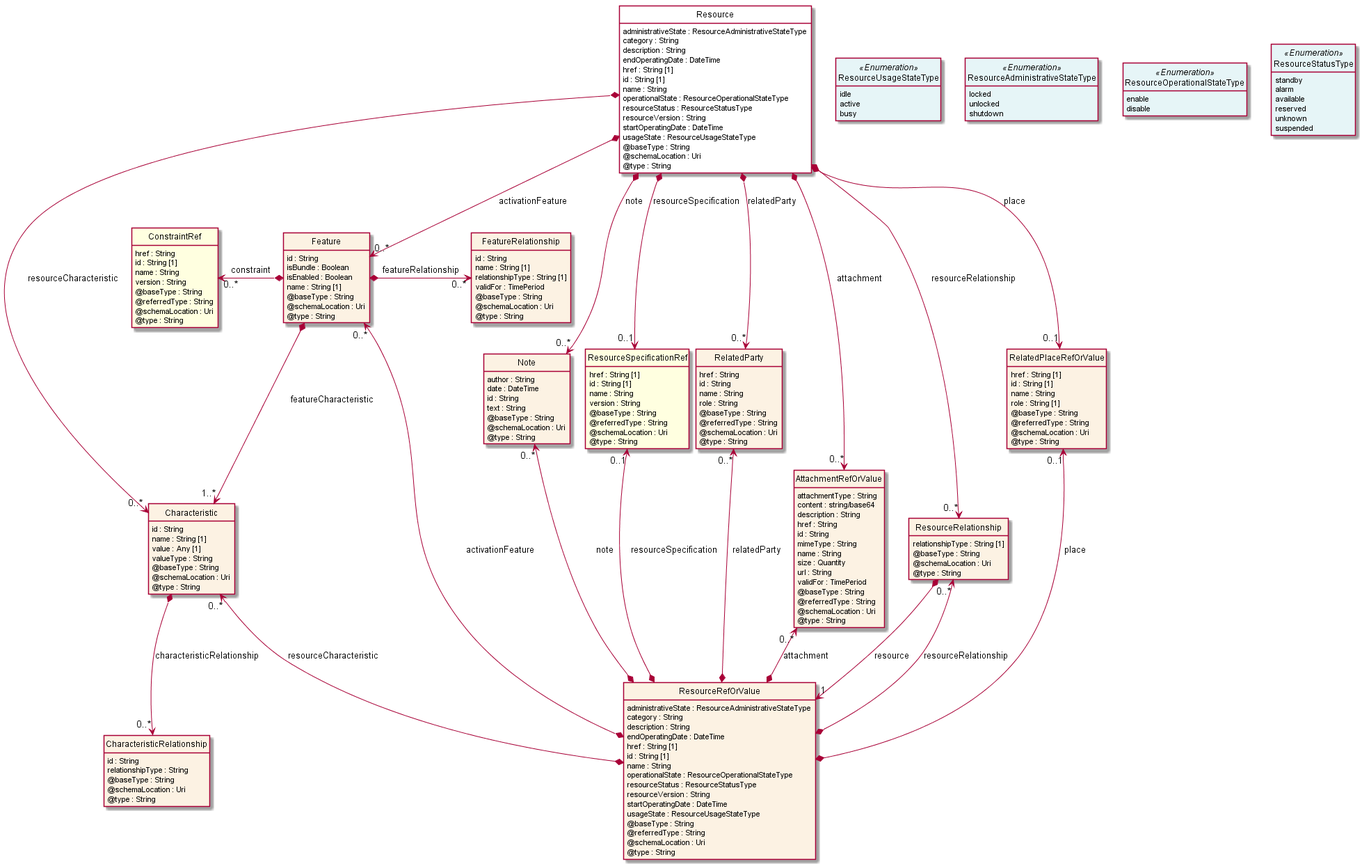
This is apis/TMF639_Resource_Inventory/documentation/diagrams/Resource_Resource.png from tmforum-apis/Open_Api_And_Data_Model, a PlantUML export, as it was before one commit. Its diagram source:
```plantuml
@startuml
hide circle
hide methods
hide stereotype
show <<Enumeration>> stereotype
skinparam class {
   BackgroundColor<<Enumeration>> #E6F5F7
   BackgroundColor<<Ref>> #FFFFE0
   BackgroundColor<<Pivot>> #FFFFFFF
   BackgroundColor #FCF2E3
}

class Resource  <<Pivot>> {
    administrativeState : ResourceAdministrativeStateType
    category : String
    description : String
    endOperatingDate : DateTime
    href : String [1]
    id : String [1]
    name : String
    operationalState : ResourceOperationalStateType
    resourceStatus : ResourceStatusType
    resourceVersion : String
    startOperatingDate : DateTime
    usageState : ResourceUsageStateType
    @baseType : String
    @schemaLocation : Uri
    @type : String
}

class ResourceStatusType <<Enumeration>> {
    standby
    alarm
    available
    reserved
    unknown
    suspended
}

class ResourceUsageStateType <<Enumeration>> {
    idle
    active
    busy
}

class ResourceAdministrativeStateType <<Enumeration>> {
    locked
    unlocked
    shutdown
}

class ResourceOperationalStateType <<Enumeration>> {
    enable
    disable
}

class Note  {
    author : String
    date : DateTime
    id : String
    text : String
    @baseType : String
    @schemaLocation : Uri
    @type : String
}

class Feature  {
    id : String
    isBundle : Boolean
    isEnabled : Boolean
    name : String [1]
    @baseType : String
    @schemaLocation : Uri
    @type : String
}

class Characteristic  {
    id : String
    name : String [1]
    value : Any [1]
    valueType : String
    @baseType : String
    @schemaLocation : Uri
    @type : String
}

class CharacteristicRelationship  {
    id : String
    relationshipType : String
    @baseType : String
    @schemaLocation : Uri
    @type : String
}

class ConstraintRef  <<Ref>> {
    href : String
    id : String [1]
    name : String
    version : String
    @baseType : String
    @referredType : String
    @schemaLocation : Uri
    @type : String
}

class FeatureRelationship  {
    id : String
    name : String [1]
    relationshipType : String [1]
    validFor : TimePeriod
    @baseType : String
    @schemaLocation : Uri
    @type : String
}

class ResourceSpecificationRef  <<Ref>> {
    href : String [1]
    id : String [1]
    name : String
    version : String
    @baseType : String
    @referredType : String
    @schemaLocation : Uri
    @type : String
}

class RelatedParty  {
    href : String
    id : String
    name : String
    role : String
    @baseType : String
    @referredType : String
    @schemaLocation : Uri
    @type : String
}

class AttachmentRefOrValue  {
    attachmentType : String
    content : string/base64
    description : String
    href : String
    id : String
    mimeType : String
    name : String
    size : Quantity
    url : String
    validFor : TimePeriod
    @baseType : String
    @referredType : String
    @schemaLocation : Uri
    @type : String
}

class ResourceRelationship  {
    relationshipType : String [1]
    @baseType : String
    @schemaLocation : Uri
    @type : String
}

class ResourceRefOrValue  {
    administrativeState : ResourceAdministrativeStateType
    category : String
    description : String
    endOperatingDate : DateTime
    href : String [1]
    id : String [1]
    name : String
    operationalState : ResourceOperationalStateType
    resourceStatus : ResourceStatusType
    resourceVersion : String
    startOperatingDate : DateTime
    usageState : ResourceUsageStateType
    @baseType : String
    @referredType : String
    @schemaLocation : Uri
    @type : String
}

class RelatedPlaceRefOrValue  {
    href : String [1]
    id : String [1]
    name : String
    role : String [1]
    @baseType : String
    @referredType : String
    @schemaLocation : Uri
    @type : String
}

Resource -right[hidden]-> ResourceUsageStateType

ResourceUsageStateType -right[hidden]-> ResourceAdministrativeStateType

ResourceAdministrativeStateType -right[hidden]-> ResourceOperationalStateType

ResourceOperationalStateType -right[hidden]-> ResourceStatusType

Resource *-->  "0..*" Note : note

Resource *-->  "0..1" RelatedPlaceRefOrValue : place

Resource *-->  "0..*" RelatedParty : relatedParty

Resource *-->  "0..1" ResourceSpecificationRef : resourceSpecification

Resource *-->  "0..*" AttachmentRefOrValue : attachment

Resource *-->  "0..*" ResourceRelationship : resourceRelationship

Resource *-->  "0..*" Characteristic : resourceCharacteristic

Resource *-->  "0..*" Feature : activationFeature

Feature *-->  "1..*" Characteristic : featureCharacteristic

ResourceRelationship *-->  "1" ResourceRefOrValue : resource

ResourceRelationship "0..*" <--* ResourceRefOrValue : resourceRelationship

Note "0..*" <--* ResourceRefOrValue : note

AttachmentRefOrValue "0..*" <--* ResourceRefOrValue : attachment

RelatedParty "0..*" <--* ResourceRefOrValue : relatedParty

RelatedPlaceRefOrValue "0..1" <--* ResourceRefOrValue : place

ResourceSpecificationRef "0..1" <--* ResourceRefOrValue : resourceSpecification

Characteristic "0..*" <--* ResourceRefOrValue : resourceCharacteristic

Feature "0..*" <--* ResourceRefOrValue : activationFeature

ConstraintRef "0..*" <-left-* Feature : constraint

Feature *-right-> "0..*" FeatureRelationship : featureRelationship

Characteristic *-->  "0..*" CharacteristicRelationship : characteristicRelationship

@enduml
```
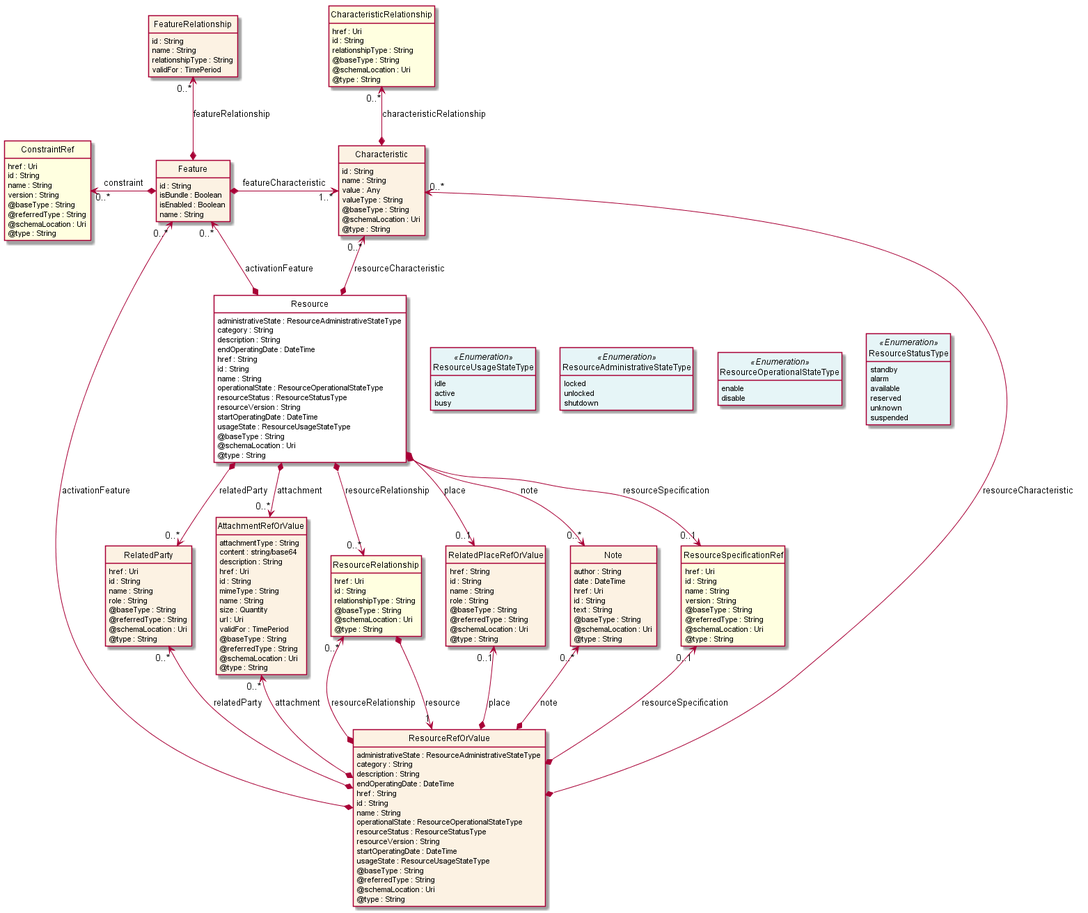
After the change.

Change to the diagram source:
```diff
@@ -15,8 +15,8 @@
     category : String
     description : String
     endOperatingDate : DateTime
-    href : String [1]
-    id : String [1]
+    href : String
+    id : String
     name : String
     operationalState : ResourceOperationalStateType
     resourceStatus : ResourceStatusType
@@ -57,6 +57,7 @@
 class Note  {
     author : String
     date : DateTime
+    href : Uri
     id : String
     text : String
     @baseType : String
@@ -68,23 +69,21 @@
     id : String
     isBundle : Boolean
     isEnabled : Boolean
-    name : String [1]
-    @baseType : String
-    @schemaLocation : Uri
-    @type : String
+    name : String
 }
 
 class Characteristic  {
     id : String
-    name : String [1]
-    value : Any [1]
+    name : String
+    value : Any
     valueType : String
     @baseType : String
     @schemaLocation : Uri
     @type : String
 }
 
-class CharacteristicRelationship  {
+class CharacteristicRelationship  <<Ref>> {
+    href : Uri
     id : String
     relationshipType : String
     @baseType : String
@@ -93,8 +92,8 @@
 }
 
 class ConstraintRef  <<Ref>> {
-    href : String
-    id : String [1]
+    href : Uri
+    id : String
     name : String
     version : String
     @baseType : String
@@ -105,17 +104,14 @@
 
 class FeatureRelationship  {
     id : String
-    name : String [1]
-    relationshipType : String [1]
+    name : String
+    relationshipType : String
     validFor : TimePeriod
-    @baseType : String
-    @schemaLocation : Uri
-    @type : String
 }
 
 class ResourceSpecificationRef  <<Ref>> {
-    href : String [1]
-    id : String [1]
+    href : Uri
+    id : String
     name : String
     version : String
     @baseType : String
@@ -125,7 +121,7 @@
 }
 
 class RelatedParty  {
-    href : String
+    href : Uri
     id : String
     name : String
     role : String
@@ -139,12 +135,12 @@
     attachmentType : String
     content : string/base64
     description : String
-    href : String
+    href : Uri
     id : String
     mimeType : String
     name : String
     size : Quantity
-    url : String
+    url : Uri
     validFor : TimePeriod
     @baseType : String
     @referredType : String
@@ -152,8 +148,10 @@
     @type : String
 }
 
-class ResourceRelationship  {
-    relationshipType : String [1]
+class ResourceRelationship  <<Ref>> {
+    href : Uri
+    id : String
+    relationshipType : String
     @baseType : String
     @schemaLocation : Uri
     @type : String
@@ -164,8 +162,8 @@
     category : String
     description : String
     endOperatingDate : DateTime
-    href : String [1]
-    id : String [1]
+    href : String
+    id : String
     name : String
     operationalState : ResourceOperationalStateType
     resourceStatus : ResourceStatusType
@@ -179,15 +177,27 @@
 }
 
 class RelatedPlaceRefOrValue  {
-    href : String [1]
-    id : String [1]
+    href : String
+    id : String
     name : String
-    role : String [1]
+    role : String
     @baseType : String
     @referredType : String
     @schemaLocation : Uri
     @type : String
 }
+
+Resource *-->  "0..*" AttachmentRefOrValue : attachment
+
+Resource *-->  "0..*" Note : note
+
+Resource *-->  "0..*" RelatedParty : relatedParty
+
+Resource *-->  "0..1" RelatedPlaceRefOrValue : place
+
+Resource *-->  "0..*" ResourceRelationship : resourceRelationship
+
+Resource *-->  "0..1" ResourceSpecificationRef : resourceSpecification
 
 Resource -right[hidden]-> ResourceUsageStateType
 
@@ -197,29 +207,17 @@
 
 ResourceOperationalStateType -right[hidden]-> ResourceStatusType
 
-Resource *-->  "0..*" Note : note
+Characteristic "0..*" <--* Resource : resourceCharacteristic
 
-Resource *-->  "0..1" RelatedPlaceRefOrValue : place
+Feature "0..*" <--* Resource : activationFeature
 
-Resource *-->  "0..*" RelatedParty : relatedParty
+Feature *-right-> "1..*" Characteristic : featureCharacteristic
 
-Resource *-->  "0..1" ResourceSpecificationRef : resourceSpecification
-
-Resource *-->  "0..*" AttachmentRefOrValue : attachment
-
-Resource *-->  "0..*" ResourceRelationship : resourceRelationship
-
-Resource *-->  "0..*" Characteristic : resourceCharacteristic
-
-Resource *-->  "0..*" Feature : activationFeature
-
-Feature *-->  "1..*" Characteristic : featureCharacteristic
+Note "0..*" <--* ResourceRefOrValue : note
 
 ResourceRelationship *-->  "1" ResourceRefOrValue : resource
 
 ResourceRelationship "0..*" <--* ResourceRefOrValue : resourceRelationship
-
-Note "0..*" <--* ResourceRefOrValue : note
 
 AttachmentRefOrValue "0..*" <--* ResourceRefOrValue : attachment
 
@@ -235,8 +233,8 @@
 
 ConstraintRef "0..*" <-left-* Feature : constraint
 
-Feature *-right-> "0..*" FeatureRelationship : featureRelationship
+FeatureRelationship "0..*" <--* Feature : featureRelationship
 
-Characteristic *-->  "0..*" CharacteristicRelationship : characteristicRelationship
+CharacteristicRelationship "0..*" <--* Characteristic : characteristicRelationship
 
 @enduml
```
